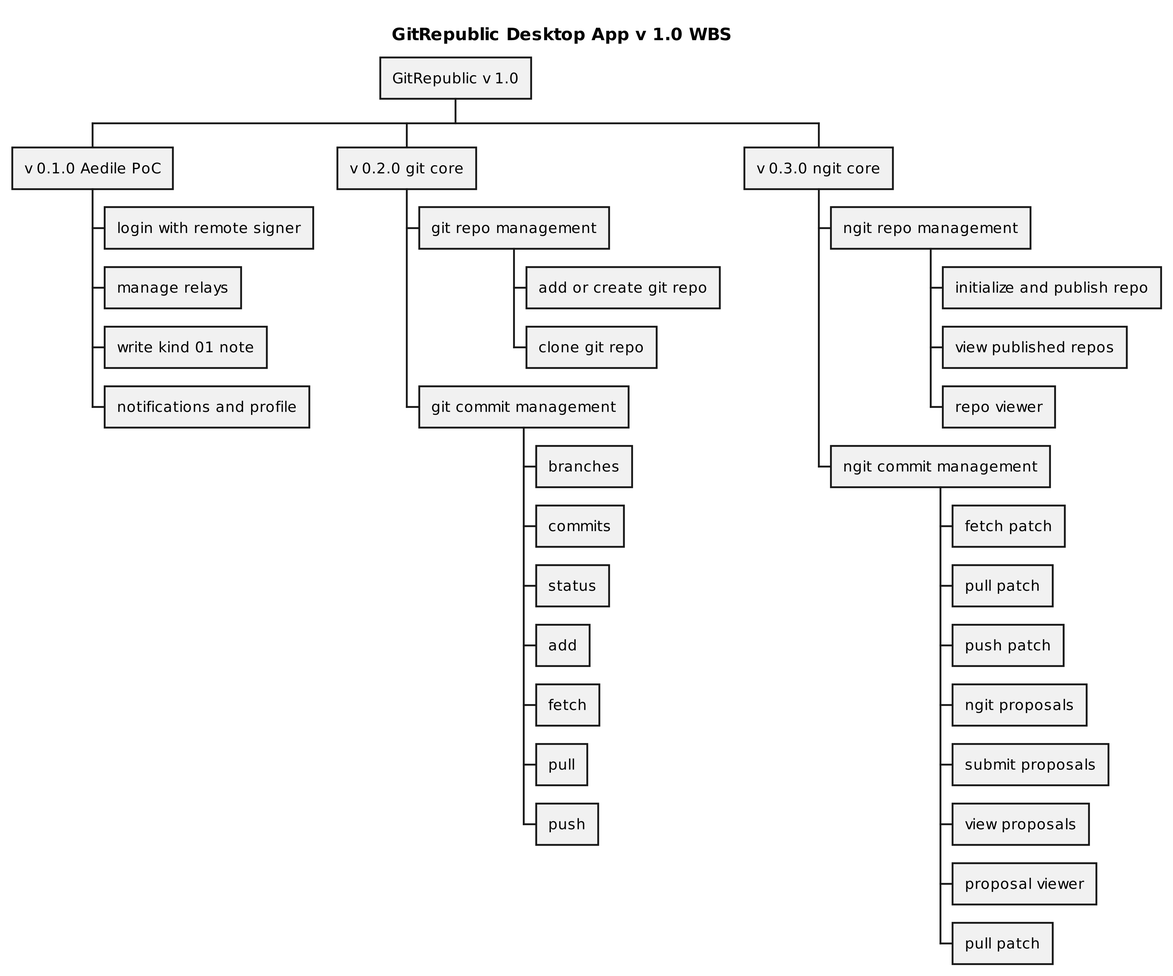
This is plantUML/GitRepublic/GitRepublic_v1.png from ShadowySupercode/gitcitadel, a PlantUML export, as it was before one commit. Its diagram source:
```plantuml
@startwbs GitRepublic_v1.0_WBS

skinparam dpi 300
title GitRepublic Desktop App v 1.0 WBS

* GitRepublic v 1.0

** v 0.1.0 Aedile PoC
*** login with remote signer
*** manage relays
*** write kind 01 note
*** notifications and profile

** v 0.2.0 git core
*** git repo management
**** add or create git repo
**** clone git repo
*** git commit management
**** branches
**** commits
**** status
**** add
**** fetch
**** pull
**** push

** v 0.3.0 ngit core
*** ngit repo management
**** initialize and publish repo
**** view published repos
**** repo viewer
*** ngit commit management
**** fetch patch
**** pull patch
**** push patch
**** ngit proposals
**** submit proposals
**** view proposals
**** proposal viewer
**** pull patch

@endwbs
```
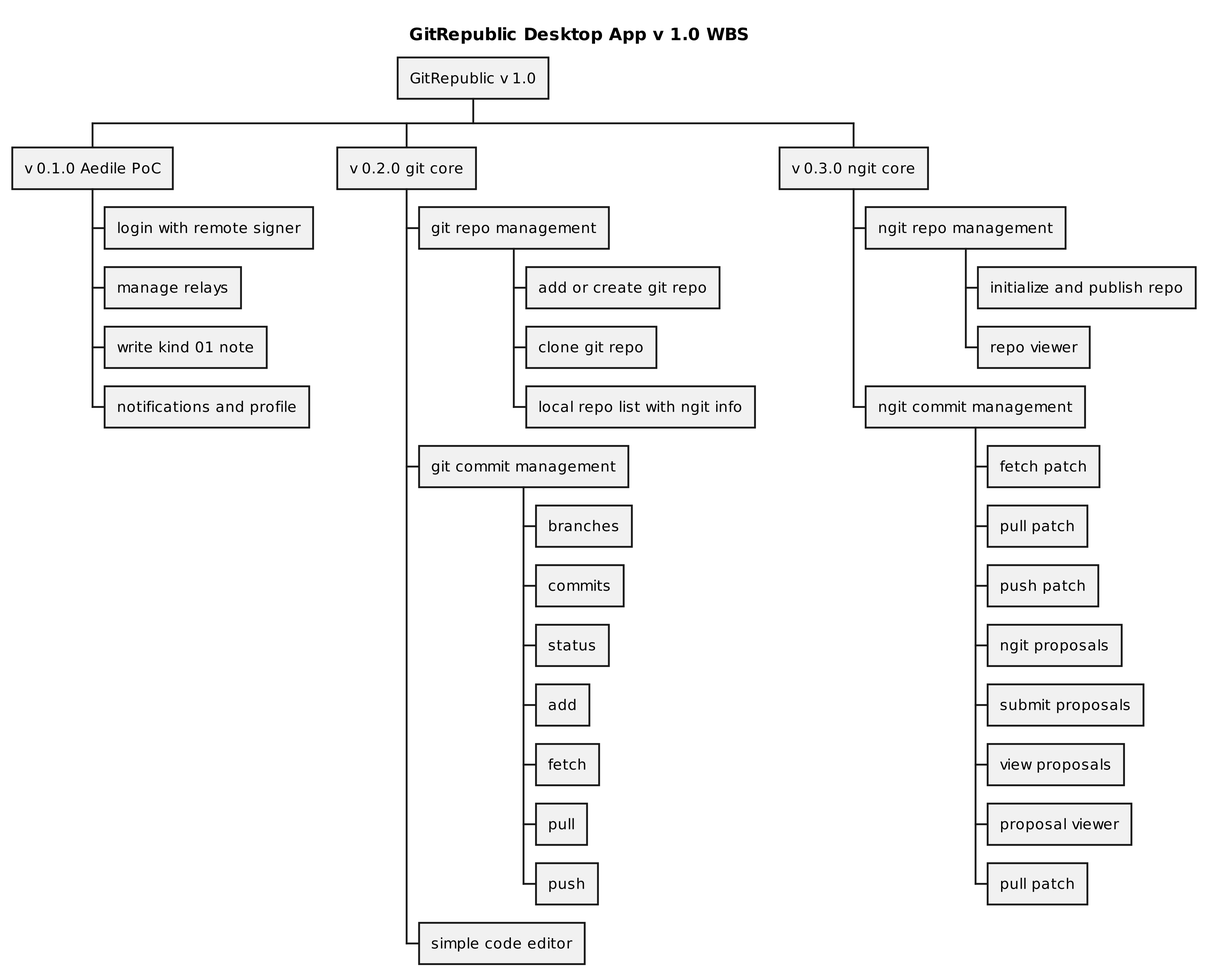
After the commit.

What changed in the source:
```diff
@@ -15,6 +15,7 @@
 *** git repo management
 **** add or create git repo
 **** clone git repo
+**** local repo list with ngit info
 *** git commit management
 **** branches
 **** commits
@@ -23,11 +24,11 @@
 **** fetch
 **** pull
 **** push
+*** simple code editor
 
 ** v 0.3.0 ngit core
 *** ngit repo management
 **** initialize and publish repo
-**** view published repos
 **** repo viewer
 *** ngit commit management
 **** fetch patch
```
